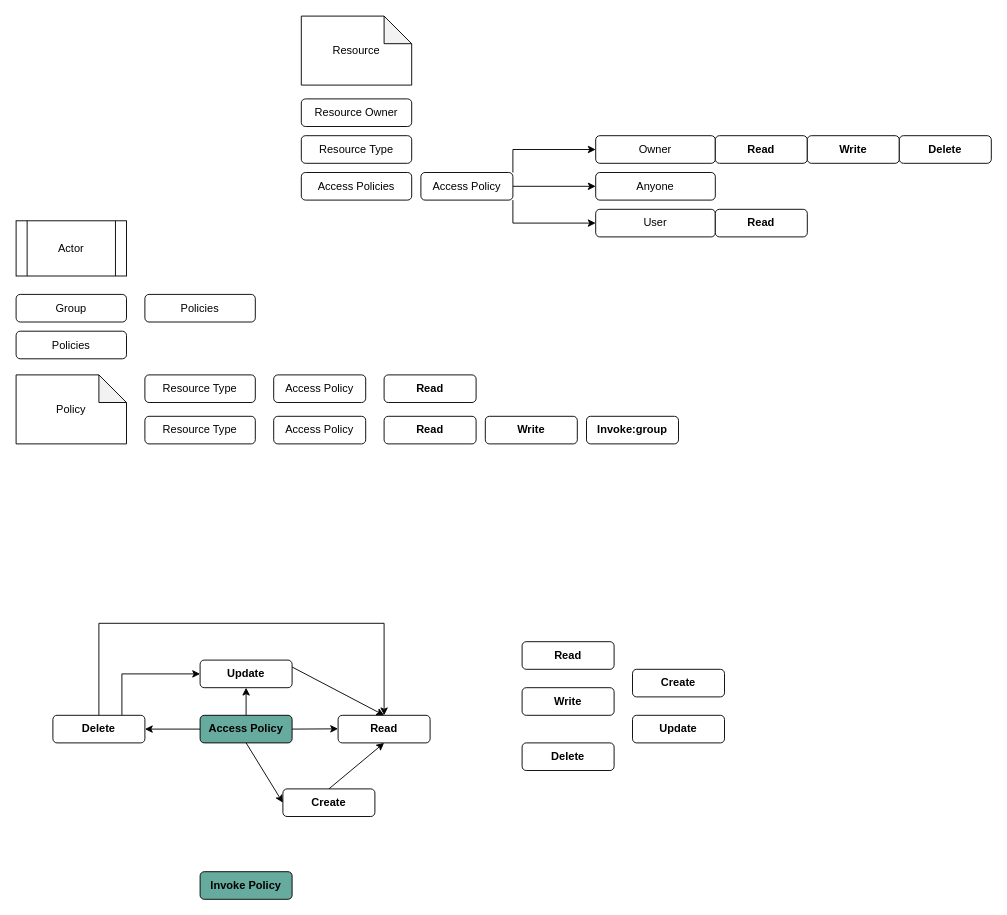
Before: Untitled Diagram.drawio in dkraczkowski/blog, a draw.io diagram. Source tidied: cells renumbered, new cells numbered last; positions are measured from the earlier drawing's top-left corner, leaving out a move shared by most shapes. Both pictures are drawn from the tidied source at 92%, with x=0, y=0 at pixel (16, 16).
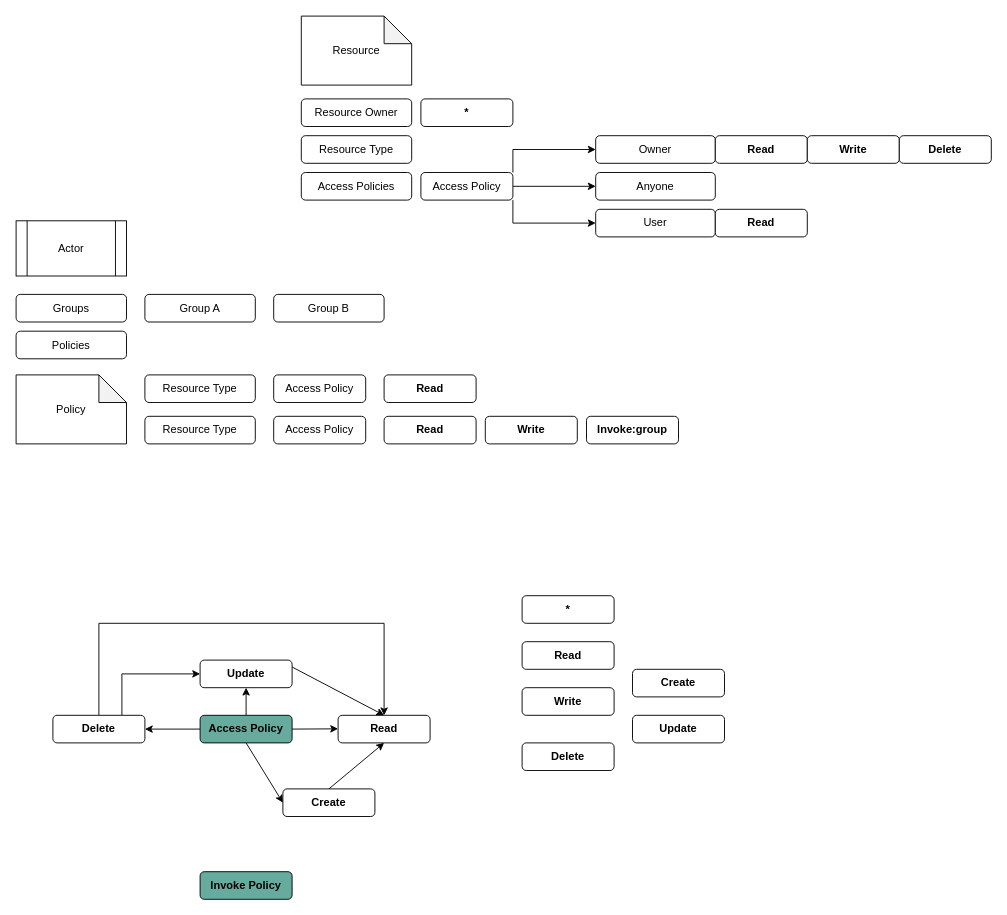
Above is the later version.

Diff of the diagram source:
```diff
@@
-    <mxCell id="38" value="Group" style="rounded=1;whiteSpace=wrap;html=1;" parent="1" vertex="1">
+    <mxCell id="38" value="Groups" style="rounded=1;whiteSpace=wrap;html=1;" parent="1" vertex="1">
       <mxGeometry y="302.5" width="120" height="30" as="geometry" />
     </mxCell>
@@
-    <mxCell id="48" value="Policies" style="rounded=1;whiteSpace=wrap;html=1;" parent="1" vertex="1">
+    <mxCell id="48" value="Group A" style="rounded=1;whiteSpace=wrap;html=1;" parent="1" vertex="1">
       <mxGeometry x="140" y="302.5" width="120" height="30" as="geometry" />
     </mxCell>
+    <mxCell id="49" value="&lt;b&gt;*&lt;/b&gt;" style="rounded=1;whiteSpace=wrap;html=1;" parent="1" vertex="1">
+      <mxGeometry x="550" y="630" width="100" height="30" as="geometry" />
+    </mxCell>
+    <mxCell id="50" value="&lt;b&gt;*&lt;/b&gt;" style="rounded=1;whiteSpace=wrap;html=1;" parent="1" vertex="1">
+      <mxGeometry x="440" y="90" width="100" height="30" as="geometry" />
+    </mxCell>
+    <mxCell id="51" value="Group B" style="rounded=1;whiteSpace=wrap;html=1;" parent="1" vertex="1">
+      <mxGeometry x="280" y="302.5" width="120" height="30" as="geometry" />
+    </mxCell>
```
